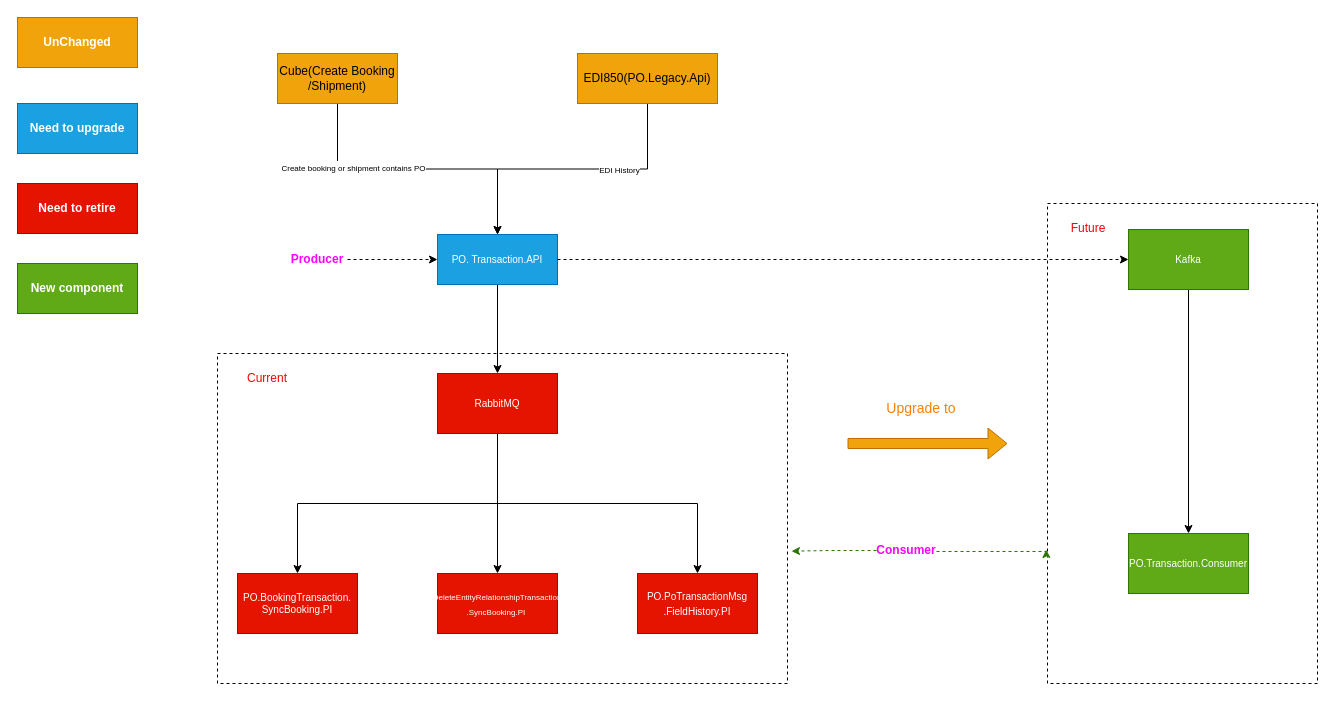
Earlier version of the draw.io diagram page "RabbitMq" (5 of 5) of PO Architecure.drawio (TommyVV/chr-diagrams). Source tidied: cells renumbered, new cells numbered last; positions are measured from the earlier drawing's top-left corner, leaving out a move shared by most shapes. Both pictures are drawn from the tidied source at 100%, with x=0, y=0 at pixel (17, 17).
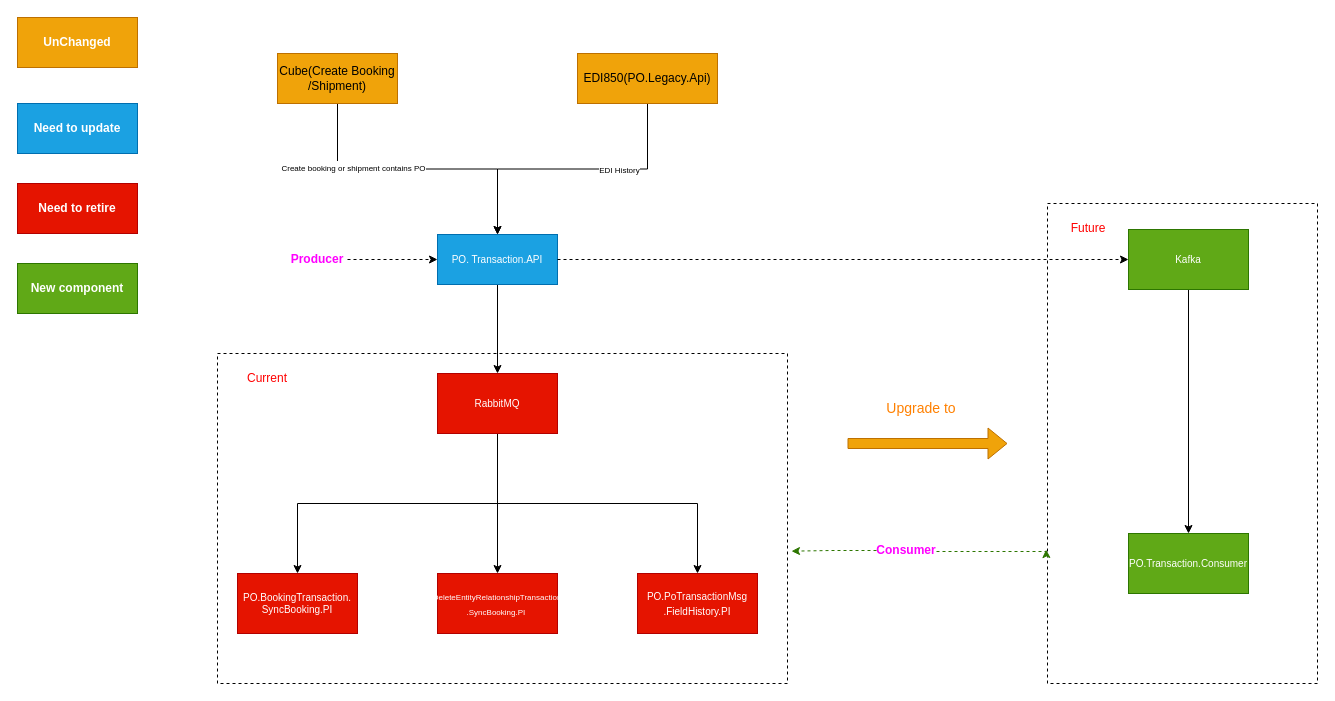
After the change.

Change to the diagram source:
```diff
@@
-    <mxCell id="27" value="&lt;b style=&quot;&quot;&gt;Need to upgrade&lt;/b&gt;" style="rounded=0;whiteSpace=wrap;html=1;fillColor=#1ba1e2;fontColor=#ffffff;strokeColor=#006EAF;" parent="1" vertex="1">
+    <mxCell id="27" value="&lt;b style=&quot;&quot;&gt;Need to update&lt;/b&gt;" style="rounded=0;whiteSpace=wrap;html=1;fillColor=#1ba1e2;fontColor=#ffffff;strokeColor=#006EAF;" parent="1" vertex="1">
       <mxGeometry y="86" width="120" height="50" as="geometry" />
     </mxCell>
```
